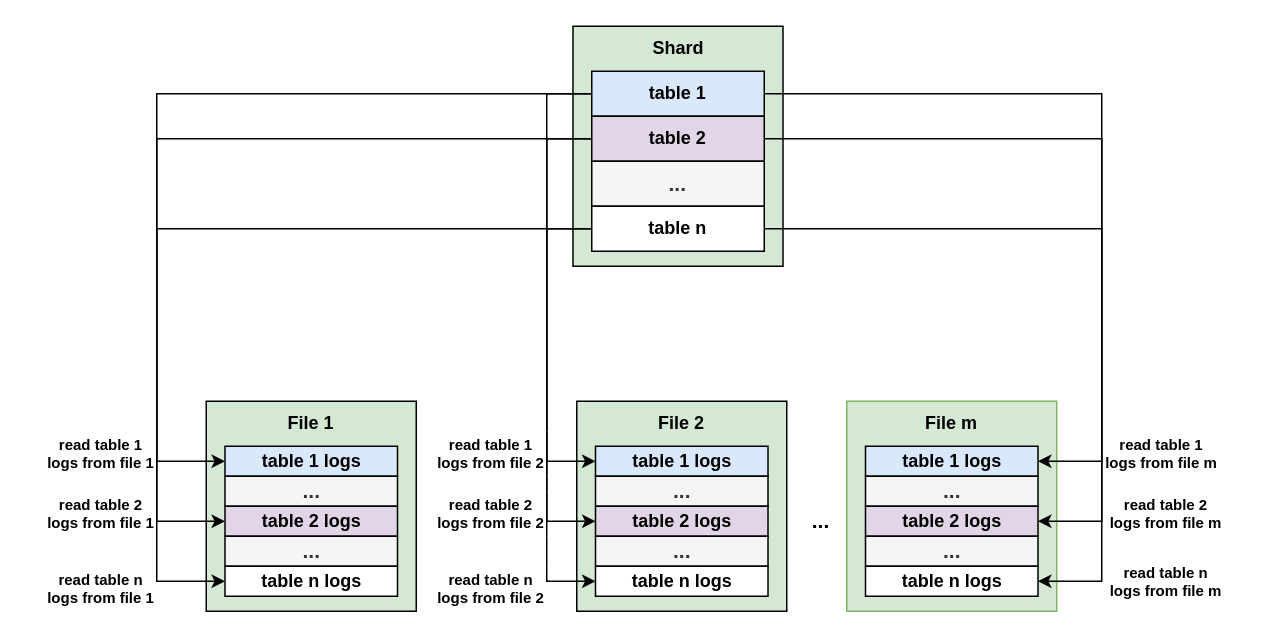
Above: rockswal.drawio in Rachelint/drawio-store (draw.io), before the change. Source tidied: cells renumbered, new cells numbered last; positions are measured from the earlier drawing's top-left corner, leaving out a move shared by most shapes. Both pictures are drawn from the tidied source at 150%, with x=0, y=0 at pixel (40, 26).
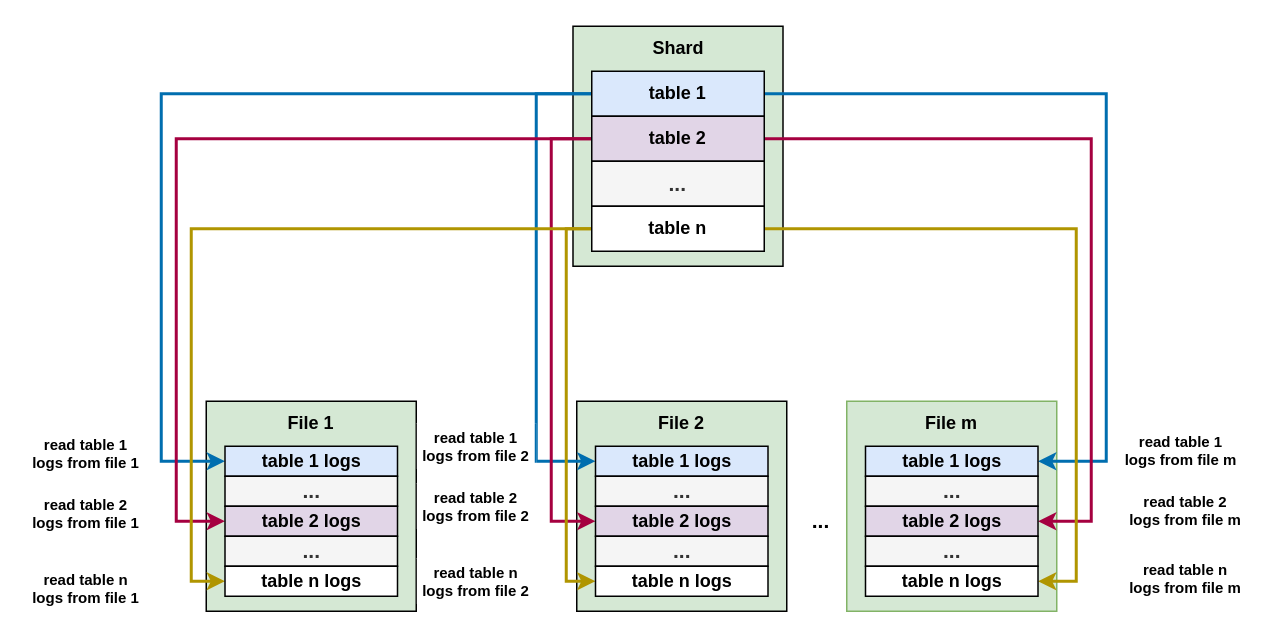
Above is the later version.

The change refers to these unchanged cells:
```xml
<mxCell id="9" value="table 1" style="rounded=0;whiteSpace=wrap;html=1;fillColor=#dae8fc;strokeColor=#000000;fontStyle=1;" parent="1" vertex="1">
  <mxGeometry x="367" y="30" width="115" height="30" as="geometry" />
</mxCell>
<mxCell id="13" value="table 2" style="rounded=0;whiteSpace=wrap;html=1;fillColor=#e1d5e7;strokeColor=#000000;fontStyle=1;" parent="1" vertex="1">
  <mxGeometry x="367" y="60" width="115" height="30" as="geometry" />
</mxCell>
<mxCell id="18" value="table n" style="rounded=0;whiteSpace=wrap;html=1;fontStyle=1;strokeColor=#000000;" parent="1" vertex="1">
  <mxGeometry x="367" y="120" width="115" height="30" as="geometry" />
</mxCell>
<mxCell id="20" value="table 1 logs" style="rounded=0;whiteSpace=wrap;html=1;fillColor=#dae8fc;strokeColor=#000000;fontStyle=1;" parent="1" vertex="1">
  <mxGeometry x="122.5" y="280" width="115" height="20" as="geometry" />
</mxCell>
<mxCell id="22" value="table 2 logs" style="rounded=0;whiteSpace=wrap;html=1;fillColor=#e1d5e7;strokeColor=#000000;fontStyle=1;" parent="1" vertex="1">
  <mxGeometry x="122.5" y="320" width="115" height="20" as="geometry" />
</mxCell>
<mxCell id="24" value="table n logs" style="rounded=0;whiteSpace=wrap;html=1;fontStyle=1;strokeColor=#000000;" parent="1" vertex="1">
  <mxGeometry x="122.5" y="360" width="115" height="20" as="geometry" />
</mxCell>
<mxCell id="25" value="table 1 logs" style="rounded=0;whiteSpace=wrap;html=1;fillColor=#dae8fc;strokeColor=#000000;fontStyle=1;" parent="1" vertex="1">
  <mxGeometry x="369.5" y="280" width="115" height="20" as="geometry" />
</mxCell>
<mxCell id="27" value="table 2 logs" style="rounded=0;whiteSpace=wrap;html=1;fillColor=#e1d5e7;strokeColor=#000000;fontStyle=1;" parent="1" vertex="1">
  <mxGeometry x="369.5" y="320" width="115" height="20" as="geometry" />
</mxCell>
<mxCell id="29" value="table n logs" style="rounded=0;whiteSpace=wrap;html=1;fontStyle=1;strokeColor=#000000;" parent="1" vertex="1">
  <mxGeometry x="369.5" y="360" width="115" height="20" as="geometry" />
</mxCell>
<mxCell id="30" value="table 1 logs" style="rounded=0;whiteSpace=wrap;html=1;fillColor=#dae8fc;strokeColor=#000000;fontStyle=1;" parent="1" vertex="1">
  <mxGeometry x="549.5" y="280" width="115" height="20" as="geometry" />
</mxCell>
<mxCell id="32" value="table 2 logs" style="rounded=0;whiteSpace=wrap;html=1;fillColor=#e1d5e7;strokeColor=#000000;fontStyle=1;" parent="1" vertex="1">
  <mxGeometry x="549.5" y="320" width="115" height="20" as="geometry" />
</mxCell>
<mxCell id="34" value="table n logs" style="rounded=0;whiteSpace=wrap;html=1;fontStyle=1;strokeColor=#000000;" parent="1" vertex="1">
  <mxGeometry x="549.5" y="360" width="115" height="20" as="geometry" />
</mxCell>
```

The edit, as a diff of the source:
```diff
@@
-    <mxCell id="6" style="edgeStyle=orthogonalEdgeStyle;rounded=0;jettySize=auto;html=1;exitX=0;exitY=0.5;exitDx=0;exitDy=0;entryX=0;entryY=0.5;entryDx=0;entryDy=0;fontStyle=1;" parent="1" edge="1" source="9" target="20">
+    <mxCell id="6" style="edgeStyle=orthogonalEdgeStyle;rounded=0;jettySize=auto;html=1;exitX=0;exitY=0.5;exitDx=0;exitDy=0;entryX=0;entryY=0.5;entryDx=0;entryDy=0;fontStyle=1;fillColor=#1ba1e2;strokeColor=#006EAF;strokeWidth=2;" parent="1" edge="1" source="9" target="20">
       <mxGeometry relative="1" as="geometry">
         <Array as="points">
-          <mxPoint x="77" y="45" />
-          <mxPoint x="77" y="290" />
+          <mxPoint x="80" y="45" />
+          <mxPoint x="80" y="290" />
         </Array>
       </mxGeometry>
     </mxCell>
-    <mxCell id="7" style="edgeStyle=orthogonalEdgeStyle;rounded=0;jettySize=auto;html=1;exitX=0;exitY=0.5;exitDx=0;exitDy=0;entryX=0;entryY=0.5;entryDx=0;entryDy=0;fontStyle=1;" parent="1" edge="1" source="9" target="25">
+    <mxCell id="7" style="edgeStyle=orthogonalEdgeStyle;rounded=0;jettySize=auto;html=1;exitX=0;exitY=0.5;exitDx=0;exitDy=0;entryX=0;entryY=0.5;entryDx=0;entryDy=0;fontStyle=1;fillColor=#1ba1e2;strokeColor=#006EAF;strokeWidth=2;" parent="1" edge="1" source="9" target="25">
       <mxGeometry relative="1" as="geometry">
         <Array as="points">
-          <mxPoint x="337" y="45" />
-          <mxPoint x="337" y="290" />
+          <mxPoint x="330" y="45" />
+          <mxPoint x="330" y="290" />
         </Array>
       </mxGeometry>
     </mxCell>
-    <mxCell id="8" style="edgeStyle=orthogonalEdgeStyle;rounded=0;jettySize=auto;html=1;exitX=1;exitY=0.5;exitDx=0;exitDy=0;entryX=1;entryY=0.5;entryDx=0;entryDy=0;fontStyle=1;" parent="1" edge="1" source="9" target="30">
+    <mxCell id="8" style="edgeStyle=orthogonalEdgeStyle;rounded=0;jettySize=auto;html=1;exitX=1;exitY=0.5;exitDx=0;exitDy=0;entryX=1;entryY=0.5;entryDx=0;entryDy=0;fontStyle=1;fillColor=#1ba1e2;strokeColor=#006EAF;strokeWidth=2;" parent="1" edge="1" source="9" target="30">
       <mxGeometry relative="1" as="geometry">
         <Array as="points">
-          <mxPoint x="707" y="45" />
-          <mxPoint x="707" y="290" />
+          <mxPoint x="710" y="45" />
+          <mxPoint x="710" y="290" />
         </Array>
       </mxGeometry>
     </mxCell>
@@
-    <mxCell id="10" style="edgeStyle=orthogonalEdgeStyle;rounded=0;jettySize=auto;html=1;exitX=0;exitY=0.5;exitDx=0;exitDy=0;entryX=0;entryY=0.5;entryDx=0;entryDy=0;fontStyle=1;" parent="1" edge="1" source="13" target="27">
+    <mxCell id="10" style="edgeStyle=orthogonalEdgeStyle;rounded=0;jettySize=auto;html=1;exitX=0;exitY=0.5;exitDx=0;exitDy=0;entryX=0;entryY=0.5;entryDx=0;entryDy=0;fontStyle=1;fillColor=#d80073;strokeColor=#A50040;strokeWidth=2;" parent="1" edge="1" source="13" target="27">
       <mxGeometry relative="1" as="geometry">
         <Array as="points">
-          <mxPoint x="337" y="75" />
-          <mxPoint x="337" y="330" />
+          <mxPoint x="340" y="75" />
+          <mxPoint x="340" y="330" />
         </Array>
       </mxGeometry>
     </mxCell>
-    <mxCell id="11" style="edgeStyle=orthogonalEdgeStyle;rounded=0;jettySize=auto;html=1;exitX=0;exitY=0.5;exitDx=0;exitDy=0;entryX=0;entryY=0.5;entryDx=0;entryDy=0;fontStyle=1;" parent="1" edge="1" source="13" target="22">
+    <mxCell id="11" style="edgeStyle=orthogonalEdgeStyle;rounded=0;jettySize=auto;html=1;exitX=0;exitY=0.5;exitDx=0;exitDy=0;entryX=0;entryY=0.5;entryDx=0;entryDy=0;fontStyle=1;fillColor=#d80073;strokeColor=#A50040;strokeWidth=2;" parent="1" edge="1" source="13" target="22">
       <mxGeometry relative="1" as="geometry">
         <Array as="points">
-          <mxPoint x="77" y="75" />
-          <mxPoint x="77" y="330" />
+          <mxPoint x="90" y="75" />
+          <mxPoint x="90" y="330" />
         </Array>
       </mxGeometry>
     </mxCell>
-    <mxCell id="12" style="edgeStyle=orthogonalEdgeStyle;rounded=0;jettySize=auto;html=1;exitX=1;exitY=0.5;exitDx=0;exitDy=0;entryX=1;entryY=0.5;entryDx=0;entryDy=0;fontStyle=1;" parent="1" edge="1" source="13" target="32">
+    <mxCell id="12" style="edgeStyle=orthogonalEdgeStyle;rounded=0;jettySize=auto;html=1;exitX=1;exitY=0.5;exitDx=0;exitDy=0;entryX=1;entryY=0.5;entryDx=0;entryDy=0;fontStyle=1;fillColor=#d80073;strokeColor=#A50040;strokeWidth=2;" parent="1" edge="1" source="13" target="32">
       <mxGeometry relative="1" as="geometry">
         <Array as="points">
-          <mxPoint x="707" y="75" />
-          <mxPoint x="707" y="330" />
+          <mxPoint x="700" y="75" />
+          <mxPoint x="700" y="330" />
         </Array>
       </mxGeometry>
     </mxCell>
@@
-    <mxCell id="15" style="edgeStyle=orthogonalEdgeStyle;rounded=0;jettySize=auto;html=1;exitX=1;exitY=0.5;exitDx=0;exitDy=0;entryX=1;entryY=0.5;entryDx=0;entryDy=0;fontStyle=1;" parent="1" edge="1" source="18" target="34">
+    <mxCell id="15" style="edgeStyle=orthogonalEdgeStyle;rounded=0;jettySize=auto;html=1;exitX=1;exitY=0.5;exitDx=0;exitDy=0;entryX=1;entryY=0.5;entryDx=0;entryDy=0;fontStyle=1;fillColor=#e3c800;strokeColor=#B09500;strokeWidth=2;" parent="1" edge="1" source="18" target="34">
       <mxGeometry relative="1" as="geometry">
         <Array as="points">
-          <mxPoint x="707" y="135" />
-          <mxPoint x="707" y="370" />
+          <mxPoint x="690" y="135" />
+          <mxPoint x="690" y="370" />
         </Array>
       </mxGeometry>
     </mxCell>
-    <mxCell id="16" style="edgeStyle=orthogonalEdgeStyle;rounded=0;jettySize=auto;html=1;exitX=0;exitY=0.5;exitDx=0;exitDy=0;entryX=0;entryY=0.5;entryDx=0;entryDy=0;fontStyle=1;" parent="1" edge="1" source="18" target="29">
+    <mxCell id="16" style="edgeStyle=orthogonalEdgeStyle;rounded=0;jettySize=auto;html=1;exitX=0;exitY=0.5;exitDx=0;exitDy=0;entryX=0;entryY=0.5;entryDx=0;entryDy=0;fontStyle=1;fillColor=#e3c800;strokeColor=#B09500;strokeWidth=2;" parent="1" edge="1" source="18" target="29">
       <mxGeometry relative="1" as="geometry">
         <Array as="points">
-          <mxPoint x="337" y="135" />
-          <mxPoint x="337" y="370" />
+          <mxPoint x="350" y="135" />
+          <mxPoint x="350" y="370" />
         </Array>
       </mxGeometry>
     </mxCell>
-    <mxCell id="17" style="edgeStyle=orthogonalEdgeStyle;rounded=0;jettySize=auto;html=1;exitX=0;exitY=0.5;exitDx=0;exitDy=0;entryX=0;entryY=0.5;entryDx=0;entryDy=0;fontStyle=1;" parent="1" edge="1" source="18" target="24">
+    <mxCell id="17" style="edgeStyle=orthogonalEdgeStyle;rounded=0;jettySize=auto;html=1;exitX=0;exitY=0.5;exitDx=0;exitDy=0;entryX=0;entryY=0.5;entryDx=0;entryDy=0;fontStyle=1;fillColor=#e3c800;strokeColor=#B09500;strokeWidth=2;" parent="1" edge="1" source="18" target="24">
       <mxGeometry relative="1" as="geometry">
         <Array as="points">
-          <mxPoint x="77" y="135" />
-          <mxPoint x="77" y="370" />
+          <mxPoint x="100" y="135" />
+          <mxPoint x="100" y="370" />
         </Array>
       </mxGeometry>
     </mxCell>
@@
     <mxCell id="39" value="read table 1 logs from file 1" style="text;html=1;strokeColor=none;fillColor=none;align=center;verticalAlign=middle;whiteSpace=wrap;rounded=0;strokeWidth=0;fontSize=10;fontStyle=1;" parent="1" vertex="1">
-      <mxGeometry y="270" width="80" height="30" as="geometry" />
+      <mxGeometry x="-10" y="270" width="80" height="30" as="geometry" />
     </mxCell>
     <mxCell id="40" value="read table 2 logs from file 1" style="text;html=1;strokeColor=none;fillColor=none;align=center;verticalAlign=middle;whiteSpace=wrap;rounded=0;strokeWidth=0;fontSize=10;fontStyle=1;" parent="1" vertex="1">
-      <mxGeometry y="310" width="80" height="30" as="geometry" />
+      <mxGeometry x="-10" y="310" width="80" height="30" as="geometry" />
     </mxCell>
     <mxCell id="41" value="read table n logs from file 1" style="text;html=1;strokeColor=none;fillColor=none;align=center;verticalAlign=middle;whiteSpace=wrap;rounded=0;strokeWidth=0;fontSize=10;fontStyle=1;" parent="1" vertex="1">
-      <mxGeometry y="360" width="80" height="30" as="geometry" />
+      <mxGeometry x="-10" y="360" width="80" height="30" as="geometry" />
     </mxCell>
     <mxCell id="42" value="read table 1 logs from file 2" style="text;html=1;strokeColor=#FFFFFF;fillColor=none;align=center;verticalAlign=middle;whiteSpace=wrap;rounded=0;strokeWidth=0;fontSize=10;fontStyle=1;" parent="1" vertex="1">
-      <mxGeometry x="260" y="270" width="80" height="30" as="geometry" />
+      <mxGeometry x="250" y="265" width="80" height="30" as="geometry" />
     </mxCell>
     <mxCell id="43" value="read table 2 logs from file 2" style="text;html=1;strokeColor=#FFFFFF;fillColor=none;align=center;verticalAlign=middle;whiteSpace=wrap;rounded=0;strokeWidth=0;fontSize=10;fontStyle=1;" parent="1" vertex="1">
-      <mxGeometry x="260" y="310" width="80" height="30" as="geometry" />
+      <mxGeometry x="250" y="305" width="80" height="30" as="geometry" />
     </mxCell>
     <mxCell id="44" value="read table n logs from file 2" style="text;html=1;strokeColor=#FFFFFF;fillColor=none;align=center;verticalAlign=middle;whiteSpace=wrap;rounded=0;strokeWidth=0;fontSize=10;fontStyle=1;" parent="1" vertex="1">
-      <mxGeometry x="260" y="360" width="80" height="30" as="geometry" />
+      <mxGeometry x="250" y="355" width="80" height="30" as="geometry" />
     </mxCell>
     <mxCell id="45" value="read table 1 logs from file m" style="text;html=1;strokeColor=none;fillColor=none;align=center;verticalAlign=middle;whiteSpace=wrap;rounded=0;strokeWidth=0;fontSize=10;fontStyle=1;" parent="1" vertex="1">
-      <mxGeometry x="707" y="270" width="80" height="30" as="geometry" />
+      <mxGeometry x="720" y="267.5" width="80" height="30" as="geometry" />
     </mxCell>
     <mxCell id="46" value="read table 2 logs from file m" style="text;html=1;strokeColor=none;fillColor=none;align=center;verticalAlign=middle;whiteSpace=wrap;rounded=0;strokeWidth=0;fontSize=10;fontStyle=1;" parent="1" vertex="1">
-      <mxGeometry x="710" y="310" width="80" height="30" as="geometry" />
+      <mxGeometry x="723" y="307.5" width="80" height="30" as="geometry" />
     </mxCell>
     <mxCell id="47" value="read table n logs from file m" style="text;html=1;strokeColor=none;fillColor=none;align=center;verticalAlign=middle;whiteSpace=wrap;rounded=0;strokeWidth=0;fontSize=10;fontStyle=1;" parent="1" vertex="1">
-      <mxGeometry x="710" y="355" width="80" height="30" as="geometry" />
+      <mxGeometry x="723" y="352.5" width="80" height="30" as="geometry" />
     </mxCell>
```
